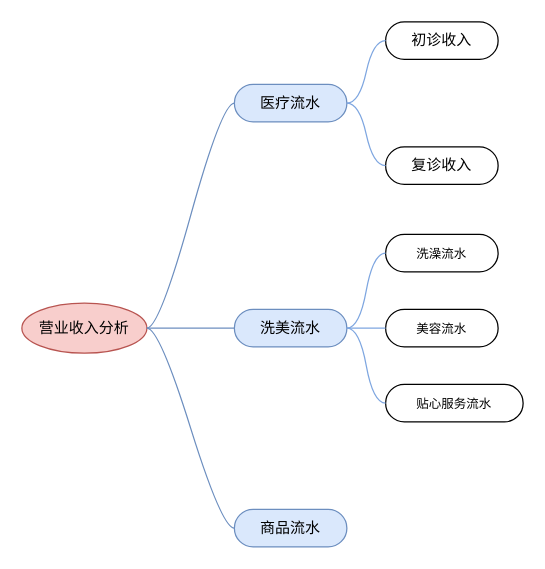
Above: page "营业收入分析" (2 of 2) of pet_data_warehouse/经营参谋.drawio in fangzheng0518/draw (draw.io), before the change. Source tidied: cells renumbered, new cells numbered last; positions are measured from the earlier drawing's top-left corner, leaving out a move shared by most shapes. Both pictures are drawn from the tidied source at 125%, with x=0, y=0 at pixel (21, 21).
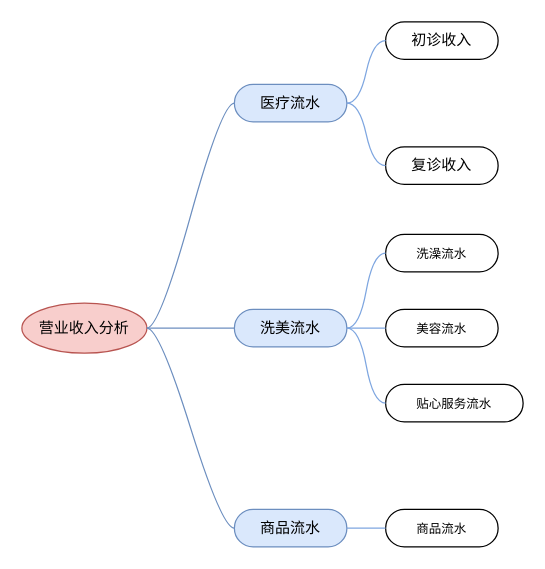
The same page after the edit.

Commit message:
更新经营参谋.drawio

Unchanged cells that the change refers to:
```xml
<mxCell id="7" value="商品流水" style="whiteSpace=wrap;html=1;rounded=1;arcSize=50;align=center;verticalAlign=middle;strokeWidth=1;spacing=4;newEdgeStyle={&quot;edgeStyle&quot;:&quot;entityRelationEdgeStyle&quot;,&quot;startArrow&quot;:&quot;none&quot;,&quot;endArrow&quot;:&quot;none&quot;,&quot;segment&quot;:10,&quot;curved&quot;:1};fillColor=#dae8fc;strokeColor=#6c8ebf;" parent="1" vertex="1">
  <mxGeometry x="170" y="390" width="90" height="30" as="geometry" />
</mxCell>
```

Diff of the diagram source:
```diff
@@
+    <mxCell id="19" value="商品流水" style="whiteSpace=wrap;html=1;rounded=1;arcSize=50;align=center;verticalAlign=middle;strokeWidth=1;spacing=4;newEdgeStyle={&quot;edgeStyle&quot;:&quot;entityRelationEdgeStyle&quot;,&quot;startArrow&quot;:&quot;none&quot;,&quot;endArrow&quot;:&quot;none&quot;,&quot;segment&quot;:10,&quot;curved&quot;:1};shadow=0;labelBackgroundColor=none;fontSize=10;fontColor=#000000;fillColor=#FFFFFF;gradientColor=#ffffff;" parent="1" vertex="1">
+      <mxGeometry x="291" y="390" width="90" height="30" as="geometry" />
+    </mxCell>
+    <mxCell id="20" style="edgeStyle=entityRelationEdgeStyle;startArrow=none;endArrow=none;segment=10;curved=1;shadow=0;fontSize=10;fontColor=#000000;strokeColor=#7EA6E0;exitX=1;exitY=0.5;exitDx=0;exitDy=0;" parent="1" edge="1" source="7" target="19">
+      <mxGeometry relative="1" as="geometry" />
+    </mxCell>
```
